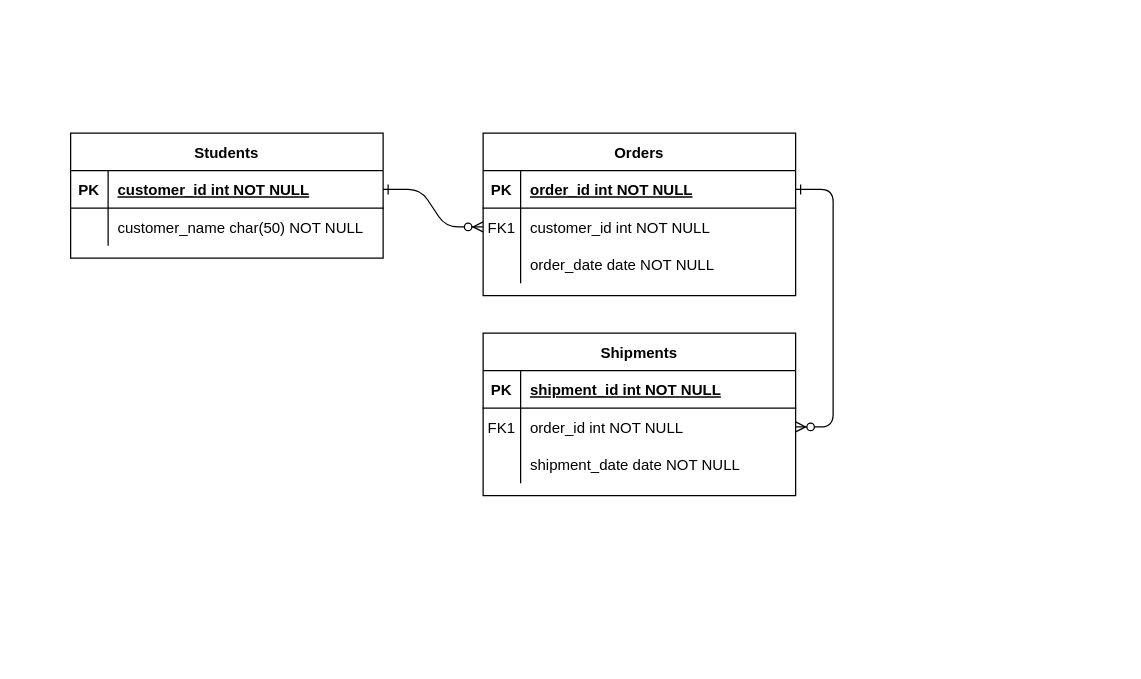
Earlier version of the draw.io diagram Diagrama sin título.drawio (RoseHerreraB/Diagrmas.draw.io). Source tidied: cells renumbered, new cells numbered last; positions are measured from the earlier drawing's top-left corner, leaving out a move shared by most shapes. Both pictures are drawn from the tidied source at 125%, with x=0, y=0 at pixel (70, 132).
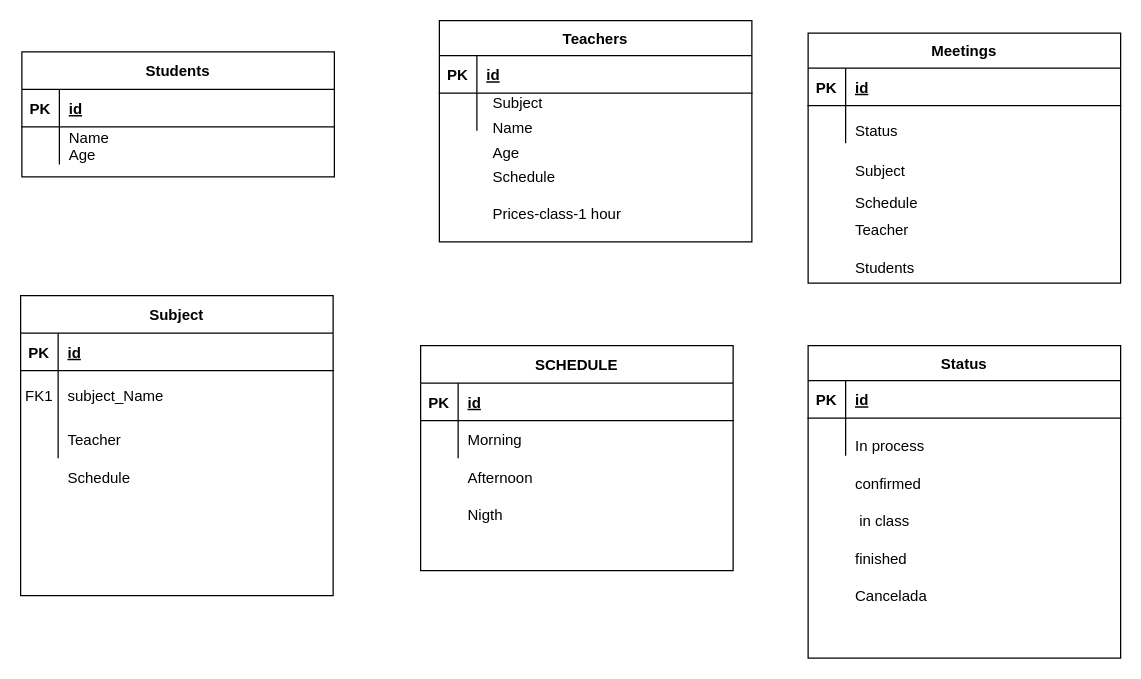
Above is the later version.

Commit message:
Diagrama_de_estados_Base_deDatos

Unchanged cells that the change refers to:
```xml
<mxCell id="15" style="shape=partialRectangle;fillColor=none;top=0;left=0;right=0;bottom=1;" parent="14" vertex="1">
  <mxGeometry y="30" width="250" height="30" as="geometry" />
</mxCell>
<mxCell id="25" style="shape=partialRectangle;fillColor=none;points=[[0,0.5],[1,0.5]];portConstraint=eastwest;top=0;left=0;right=0;bottom=1;" parent="24" vertex="1">
  <mxGeometry y="30" width="250" height="30" as="geometry" />
</mxCell>
<mxCell id="28" style="shape=partialRectangle;fillColor=none;top=0;left=0;right=0;bottom=0;" parent="24" vertex="1">
  <mxGeometry y="60" width="250" height="30" as="geometry" />
</mxCell>
```

Diff of the diagram source:
```diff
@@
-    <mxCell id="2" style="edgeStyle=entityRelationEdgeStyle;endArrow=ERzeroToMany;startArrow=ERone;endFill=1;startFill=0;" parent="1" edge="1" source="25" target="8">
-      <mxGeometry relative="1" as="geometry" />
-    </mxCell>
-    <mxCell id="3" style="edgeStyle=entityRelationEdgeStyle;endArrow=ERzeroToMany;startArrow=ERone;endFill=1;startFill=0;" parent="1" edge="1" source="5" target="18">
-      <mxGeometry relative="1" as="geometry" />
-    </mxCell>
-    <mxCell id="4" value="Orders" style="shape=table;startSize=30;childLayout=tableLayout;rowLines=0;fontStyle=1;align=center;" parent="1" vertex="1">
-      <mxGeometry x="330" width="250" height="130" as="geometry" />
+    <mxCell id="4" value="Teachers" style="shape=table;startSize=28;childLayout=tableLayout;rowLines=0;fontStyle=1;align=center;" parent="1" vertex="1">
+      <mxGeometry x="295" y="-90" width="250" height="177" as="geometry" />
     </mxCell>
     <mxCell id="5" style="shape=partialRectangle;fillColor=none;points=[[0,0.5],[1,0.5]];portConstraint=eastwest;top=0;left=0;right=0;bottom=1;" parent="4" vertex="1">
-      <mxGeometry y="30" width="250" height="30" as="geometry" />
+      <mxGeometry y="28" width="250" height="30" as="geometry" />
     </mxCell>
@@
-    <mxCell id="7" value="order_id int NOT NULL " style="shape=partialRectangle;overflow=hidden;fillColor=none;top=0;left=0;bottom=0;right=0;align=left;spacingLeft=6;fontStyle=5;" parent="5" vertex="1">
+    <mxCell id="7" value="id" style="shape=partialRectangle;overflow=hidden;fillColor=none;top=0;left=0;bottom=0;right=0;align=left;spacingLeft=6;fontStyle=5;" parent="5" vertex="1">
       <mxGeometry x="30" width="220" height="30" as="geometry" />
     </mxCell>
-    <mxCell id="8" style="shape=partialRectangle;fillColor=none;points=[[0,0.5],[1,0.5]];portConstraint=eastwest;top=0;left=0;right=0;bottom=0;" parent="4" vertex="1">
-      <mxGeometry y="60" width="250" height="30" as="geometry" />
-    </mxCell>
-    <mxCell id="9" value="FK1" style="shape=partialRectangle;overflow=hidden;fillColor=none;top=0;left=0;bottom=0;right=0;" parent="8" vertex="1">
-      <mxGeometry width="30" height="30" as="geometry" />
-    </mxCell>
-    <mxCell id="10" value="customer_id int NOT NULL" style="shape=partialRectangle;overflow=hidden;fillColor=none;top=0;left=0;bottom=0;right=0;align=left;spacingLeft=6;" parent="8" vertex="1">
-      <mxGeometry x="30" width="220" height="30" as="geometry" />
-    </mxCell>
     <mxCell id="11" style="shape=partialRectangle;fillColor=none;top=0;left=0;right=0;bottom=0;" parent="4" vertex="1">
-      <mxGeometry y="90" width="250" height="30" as="geometry" />
+      <mxGeometry y="58" width="250" height="30" as="geometry" />
     </mxCell>
@@
-    <mxCell id="13" value="order_date date NOT NULL" style="shape=partialRectangle;overflow=hidden;fillColor=none;top=0;left=0;bottom=0;right=0;align=left;spacingLeft=6;" parent="11" vertex="1">
+    <mxCell id="13" style="shape=partialRectangle;overflow=hidden;fillColor=none;top=0;left=0;bottom=0;right=0;align=left;spacingLeft=6;verticalAlign=bottom;" parent="11" vertex="1">
       <mxGeometry x="30" width="220" height="30" as="geometry" />
     </mxCell>
-    <mxCell id="14" value="Shipments" style="shape=table;startSize=30;childLayout=tableLayout;rowLines=0;fontStyle=1;align=center;" parent="1" vertex="1">
-      <mxGeometry x="330" y="160" width="250" height="130" as="geometry" />
+    <mxCell id="14" value="Subject" style="shape=table;startSize=30;childLayout=tableLayout;rowLines=0;fontStyle=1;align=center;" parent="1" vertex="1">
+      <mxGeometry x="-40" y="130" width="250" height="240" as="geometry" />
     </mxCell>
@@
-    <mxCell id="17" value="shipment_id int NOT NULL " style="shape=partialRectangle;overflow=hidden;fillColor=none;top=0;left=0;bottom=0;right=0;align=left;spacingLeft=6;fontStyle=5;" parent="15" vertex="1">
+    <mxCell id="17" value="id" style="shape=partialRectangle;overflow=hidden;fillColor=none;top=0;left=0;bottom=0;right=0;align=left;spacingLeft=6;fontStyle=5;" parent="15" vertex="1">
       <mxGeometry x="30" width="220" height="30" as="geometry" />
     </mxCell>
     <mxCell id="18" style="shape=partialRectangle;fillColor=none;points=[[0,0.5],[1,0.5]];portConstraint=eastwest;top=0;left=0;right=0;bottom=0;" parent="14" vertex="1">
-      <mxGeometry y="60" width="250" height="30" as="geometry" />
+      <mxGeometry y="60" width="250" height="40" as="geometry" />
     </mxCell>
     <mxCell id="19" value="FK1" style="shape=partialRectangle;overflow=hidden;fillColor=none;top=0;left=0;bottom=0;right=0;" parent="18" vertex="1">
-      <mxGeometry width="30" height="30" as="geometry" />
+      <mxGeometry width="30" height="40" as="geometry" />
     </mxCell>
-    <mxCell id="20" value="order_id int NOT NULL" style="shape=partialRectangle;overflow=hidden;fillColor=none;top=0;left=0;bottom=0;right=0;align=left;spacingLeft=6;" parent="18" vertex="1">
-      <mxGeometry x="30" width="220" height="30" as="geometry" />
+    <mxCell id="20" value="subject_Name" style="shape=partialRectangle;overflow=hidden;fillColor=none;top=0;left=0;bottom=0;right=0;align=left;spacingLeft=6;" parent="18" vertex="1">
+      <mxGeometry x="30" width="220" height="40" as="geometry" />
     </mxCell>
     <mxCell id="21" style="shape=partialRectangle;fillColor=none;top=0;left=0;right=0;bottom=0;" parent="14" vertex="1">
-      <mxGeometry y="90" width="250" height="30" as="geometry" />
+      <mxGeometry y="100" width="250" height="30" as="geometry" />
     </mxCell>
@@
-    <mxCell id="23" value="shipment_date date NOT NULL" style="shape=partialRectangle;overflow=hidden;fillColor=none;top=0;left=0;bottom=0;right=0;align=left;spacingLeft=6;" parent="21" vertex="1">
+    <mxCell id="23" value="Teacher" style="shape=partialRectangle;overflow=hidden;fillColor=none;top=0;left=0;bottom=0;right=0;align=left;spacingLeft=6;" parent="21" vertex="1">
       <mxGeometry x="30" width="220" height="30" as="geometry" />
     </mxCell>
     <mxCell id="24" value="Students" style="shape=table;startSize=30;childLayout=tableLayout;rowLines=0;fontStyle=1;align=center;" parent="1" vertex="1">
-      <mxGeometry width="250" height="100" as="geometry" />
+      <mxGeometry x="-39" y="-65" width="250" height="100" as="geometry" />
     </mxCell>
@@
-    <mxCell id="27" value="customer_id int NOT NULL " style="shape=partialRectangle;overflow=hidden;fillColor=none;top=0;left=0;bottom=0;right=0;align=left;spacingLeft=6;fontStyle=5;" parent="25" vertex="1">
+    <mxCell id="27" value="id" style="shape=partialRectangle;overflow=hidden;fillColor=none;top=0;left=0;bottom=0;right=0;align=left;spacingLeft=6;fontStyle=5;" parent="25" vertex="1">
       <mxGeometry x="30" width="220" height="30" as="geometry" />
     </mxCell>
@@
-    <mxCell id="30" value="customer_name char(50) NOT NULL" style="shape=partialRectangle;overflow=hidden;fillColor=none;top=0;left=0;bottom=0;right=0;align=left;spacingLeft=6;" parent="28" vertex="1">
+    <mxCell id="30" value="Name&#10;Age&#10;" style="shape=partialRectangle;overflow=hidden;fillColor=none;top=0;left=0;bottom=0;right=0;align=left;spacingLeft=6;" parent="28" vertex="1">
       <mxGeometry x="30" width="220" height="30" as="geometry" />
     </mxCell>
+    <mxCell id="31" value="SCHEDULE" style="shape=table;startSize=30;childLayout=tableLayout;rowLines=0;fontStyle=1;align=center;" parent="1" vertex="1">
+      <mxGeometry x="280" y="170" width="250" height="180" as="geometry" />
+    </mxCell>
+    <mxCell id="32" style="shape=partialRectangle;fillColor=none;top=0;left=0;right=0;bottom=1;" parent="31" vertex="1">
+      <mxGeometry y="30" width="250" height="30" as="geometry" />
+    </mxCell>
+    <mxCell id="33" value="PK" style="shape=partialRectangle;overflow=hidden;fillColor=none;top=0;left=0;bottom=0;right=0;fontStyle=1;" parent="32" vertex="1">
+      <mxGeometry width="30" height="30" as="geometry" />
+    </mxCell>
+    <mxCell id="34" value="id" style="shape=partialRectangle;overflow=hidden;fillColor=none;top=0;left=0;bottom=0;right=0;align=left;spacingLeft=6;fontStyle=5;" parent="32" vertex="1">
+      <mxGeometry x="30" width="220" height="30" as="geometry" />
+    </mxCell>
+    <mxCell id="8" style="shape=partialRectangle;fillColor=none;points=[[0,0.5],[1,0.5]];portConstraint=eastwest;top=0;left=0;right=0;bottom=0;" parent="31" vertex="1">
+      <mxGeometry y="60" width="250" height="30" as="geometry" />
+    </mxCell>
+    <mxCell id="35" style="shape=partialRectangle;overflow=hidden;fillColor=none;top=0;left=0;bottom=0;right=0;" parent="8" vertex="1">
+      <mxGeometry width="30" height="30" as="geometry" />
+    </mxCell>
+    <mxCell id="36" value="Morning" style="shape=partialRectangle;overflow=hidden;fillColor=none;top=0;left=0;bottom=0;right=0;align=left;spacingLeft=6;" parent="8" vertex="1">
+      <mxGeometry x="30" width="220" height="30" as="geometry" />
+    </mxCell>
+    <mxCell id="37" value="Subject" style="shape=partialRectangle;overflow=hidden;fillColor=none;top=0;left=0;bottom=0;right=0;align=left;spacingLeft=6;" parent="1" vertex="1">
+      <mxGeometry x="330" y="-40" width="220" height="30" as="geometry" />
+    </mxCell>
+    <mxCell id="38" value="Prices-class-1 hour" style="shape=partialRectangle;overflow=hidden;fillColor=none;top=0;left=0;bottom=0;right=0;align=left;spacingLeft=6;" parent="1" vertex="1">
+      <mxGeometry x="330" y="49.5" width="220" height="30" as="geometry" />
+    </mxCell>
+    <mxCell id="39" value="Schedule" style="shape=partialRectangle;overflow=hidden;fillColor=none;top=0;left=0;bottom=0;right=0;align=left;spacingLeft=6;" parent="1" vertex="1">
+      <mxGeometry x="-10" y="260" width="220" height="30" as="geometry" />
+    </mxCell>
+    <mxCell id="40" value="Schedule" style="shape=partialRectangle;overflow=hidden;fillColor=none;top=0;left=0;bottom=0;right=0;align=left;spacingLeft=6;" parent="1" vertex="1">
+      <mxGeometry x="330" y="19.5" width="220" height="30" as="geometry" />
+    </mxCell>
+    <mxCell id="41" value="Name" style="shape=partialRectangle;overflow=hidden;fillColor=none;top=0;left=0;bottom=0;right=0;align=left;spacingLeft=6;" parent="1" vertex="1">
+      <mxGeometry x="330" y="-20" width="220" height="30" as="geometry" />
+    </mxCell>
+    <mxCell id="42" value="Age" style="shape=partialRectangle;overflow=hidden;fillColor=none;top=0;left=0;bottom=0;right=0;align=left;spacingLeft=6;" parent="1" vertex="1">
+      <mxGeometry x="330" width="220" height="30" as="geometry" />
+    </mxCell>
+    <mxCell id="43" value="Afternoon" style="shape=partialRectangle;overflow=hidden;fillColor=none;top=0;left=0;bottom=0;right=0;align=left;spacingLeft=6;" parent="1" vertex="1">
+      <mxGeometry x="310" y="260" width="220" height="30" as="geometry" />
+    </mxCell>
+    <mxCell id="44" value="Nigth" style="shape=partialRectangle;overflow=hidden;fillColor=none;top=0;left=0;bottom=0;right=0;align=left;spacingLeft=6;" parent="1" vertex="1">
+      <mxGeometry x="310" y="290" width="220" height="30" as="geometry" />
+    </mxCell>
+    <mxCell id="45" value="Meetings" style="shape=table;startSize=28;childLayout=tableLayout;rowLines=0;fontStyle=1;align=center;" parent="1" vertex="1">
+      <mxGeometry x="590" y="-80" width="250" height="200" as="geometry" />
+    </mxCell>
+    <mxCell id="46" style="shape=partialRectangle;fillColor=none;top=0;left=0;right=0;bottom=1;" parent="45" vertex="1">
+      <mxGeometry y="28" width="250" height="30" as="geometry" />
+    </mxCell>
+    <mxCell id="47" value="PK" style="shape=partialRectangle;overflow=hidden;fillColor=none;top=0;left=0;bottom=0;right=0;fontStyle=1;" parent="46" vertex="1">
+      <mxGeometry width="30" height="30" as="geometry" />
+    </mxCell>
+    <mxCell id="48" value="id" style="shape=partialRectangle;overflow=hidden;fillColor=none;top=0;left=0;bottom=0;right=0;align=left;spacingLeft=6;fontStyle=5;" parent="46" vertex="1">
+      <mxGeometry x="30" width="220" height="30" as="geometry" />
+    </mxCell>
+    <mxCell id="49" style="shape=partialRectangle;fillColor=none;top=0;left=0;right=0;bottom=0;" parent="45" vertex="1">
+      <mxGeometry y="58" width="250" height="30" as="geometry" />
+    </mxCell>
+    <mxCell id="50" style="shape=partialRectangle;overflow=hidden;fillColor=none;top=0;left=0;bottom=0;right=0;" parent="49" vertex="1">
+      <mxGeometry width="30" height="30" as="geometry" />
+    </mxCell>
+    <mxCell id="51" value="Status" style="shape=partialRectangle;overflow=hidden;fillColor=none;top=0;left=0;bottom=0;right=0;align=left;spacingLeft=6;verticalAlign=bottom;" parent="49" vertex="1">
+      <mxGeometry x="30" width="220" height="30" as="geometry" />
+    </mxCell>
+    <mxCell id="52" value="Schedule" style="shape=partialRectangle;overflow=hidden;fillColor=none;top=0;left=0;bottom=0;right=0;align=left;spacingLeft=6;verticalAlign=bottom;" parent="1" vertex="1">
+      <mxGeometry x="620" y="35" width="220" height="30" as="geometry" />
+    </mxCell>
+    <mxCell id="53" value="Subject" style="shape=partialRectangle;overflow=hidden;fillColor=none;top=0;left=0;bottom=0;right=0;align=left;spacingLeft=6;verticalAlign=bottom;" parent="1" vertex="1">
+      <mxGeometry x="620" y="10" width="220" height="30" as="geometry" />
+    </mxCell>
+    <mxCell id="54" value="Teacher" style="shape=partialRectangle;overflow=hidden;fillColor=none;top=0;left=0;bottom=0;right=0;align=left;spacingLeft=6;verticalAlign=bottom;" parent="1" vertex="1">
+      <mxGeometry x="620" y="57" width="220" height="30" as="geometry" />
+    </mxCell>
+    <mxCell id="55" value="Students" style="shape=partialRectangle;overflow=hidden;fillColor=none;top=0;left=0;bottom=0;right=0;align=left;spacingLeft=6;verticalAlign=bottom;" parent="1" vertex="1">
+      <mxGeometry x="620" y="87" width="220" height="30" as="geometry" />
+    </mxCell>
+    <mxCell id="56" value="Status" style="shape=table;startSize=28;childLayout=tableLayout;rowLines=0;fontStyle=1;align=center;" parent="1" vertex="1">
+      <mxGeometry x="590" y="170" width="250" height="250" as="geometry" />
+    </mxCell>
+    <mxCell id="57" style="shape=partialRectangle;fillColor=none;top=0;left=0;right=0;bottom=1;" parent="56" vertex="1">
+      <mxGeometry y="28" width="250" height="30" as="geometry" />
+    </mxCell>
+    <mxCell id="58" value="PK" style="shape=partialRectangle;overflow=hidden;fillColor=none;top=0;left=0;bottom=0;right=0;fontStyle=1;" parent="57" vertex="1">
+      <mxGeometry width="30" height="30" as="geometry" />
+    </mxCell>
+    <mxCell id="59" value="id" style="shape=partialRectangle;overflow=hidden;fillColor=none;top=0;left=0;bottom=0;right=0;align=left;spacingLeft=6;fontStyle=5;" parent="57" vertex="1">
+      <mxGeometry x="30" width="220" height="30" as="geometry" />
+    </mxCell>
+    <mxCell id="60" style="shape=partialRectangle;fillColor=none;top=0;left=0;right=0;bottom=0;" parent="56" vertex="1">
+      <mxGeometry y="58" width="250" height="30" as="geometry" />
+    </mxCell>
+    <mxCell id="61" style="shape=partialRectangle;overflow=hidden;fillColor=none;top=0;left=0;bottom=0;right=0;" parent="60" vertex="1">
+      <mxGeometry width="30" height="30" as="geometry" />
+    </mxCell>
+    <mxCell id="62" style="shape=partialRectangle;overflow=hidden;fillColor=none;top=0;left=0;bottom=0;right=0;align=left;spacingLeft=6;verticalAlign=bottom;" parent="60" vertex="1">
+      <mxGeometry x="30" width="220" height="30" as="geometry" />
+    </mxCell>
+    <mxCell id="63" value="In process" style="shape=partialRectangle;overflow=hidden;fillColor=none;top=0;left=0;bottom=0;right=0;align=left;spacingLeft=6;verticalAlign=bottom;" parent="1" vertex="1">
+      <mxGeometry x="620" y="230" width="220" height="30" as="geometry" />
+    </mxCell>
+    <mxCell id="64" value="confirmed" style="shape=partialRectangle;overflow=hidden;fillColor=none;top=0;left=0;bottom=0;right=0;align=left;spacingLeft=6;verticalAlign=bottom;" parent="1" vertex="1">
+      <mxGeometry x="620" y="260" width="220" height="30" as="geometry" />
+    </mxCell>
+    <mxCell id="65" value=" in class" style="shape=partialRectangle;overflow=hidden;fillColor=none;top=0;left=0;bottom=0;right=0;align=left;spacingLeft=6;verticalAlign=bottom;" parent="1" vertex="1">
+      <mxGeometry x="620" y="290" width="220" height="30" as="geometry" />
+    </mxCell>
+    <mxCell id="66" value="finished" style="shape=partialRectangle;overflow=hidden;fillColor=none;top=0;left=0;bottom=0;right=0;align=left;spacingLeft=6;verticalAlign=bottom;" parent="1" vertex="1">
+      <mxGeometry x="620" y="320" width="220" height="30" as="geometry" />
+    </mxCell>
+    <mxCell id="67" value="Cancelada" style="shape=partialRectangle;overflow=hidden;fillColor=none;top=0;left=0;bottom=0;right=0;align=left;spacingLeft=6;verticalAlign=bottom;" parent="1" vertex="1">
+      <mxGeometry x="620" y="350" width="220" height="30" as="geometry" />
+    </mxCell>
```
